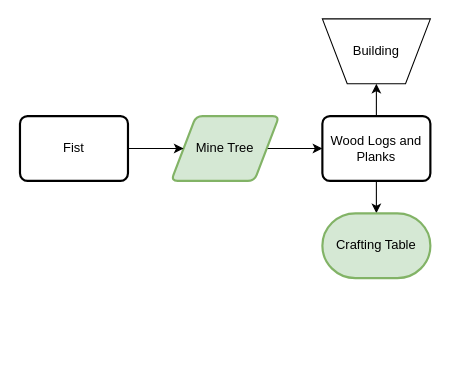
This is Untitled Diagram.drawio from MeepishRealms/Cog, a draw.io file, before an edit. Source tidied: cells renumbered, new cells numbered last; positions are measured from the earlier drawing's top-left corner, leaving out a move shared by most shapes. Both pictures are drawn from the tidied source at 108%, with x=0, y=0 at pixel (19, 18).
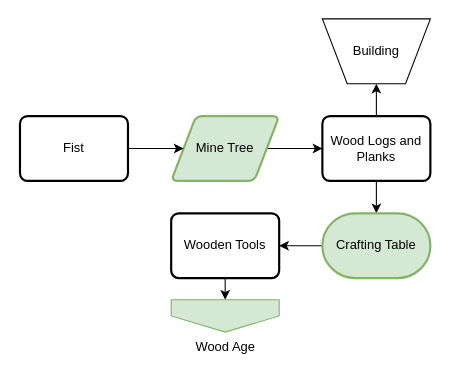
The same page after the edit.

What changed in the source:
```diff
@@
 <mxGraphModel>
   <root>
     <mxCell id="0" />
     <mxCell id="1" parent="0" />
     <mxCell id="2" style="edgeStyle=orthogonalEdgeStyle;rounded=0;jettySize=auto;html=1;" parent="1" edge="1" source="3" target="8">
       <mxGeometry relative="1" as="geometry" />
     </mxCell>
     <mxCell id="3" value="Mine Tree" style="shape=parallelogram;html=1;strokeWidth=2;perimeter=parallelogramPerimeter;whiteSpace=wrap;rounded=1;arcSize=12;size=0.23;fillColor=#d5e8d4;strokeColor=#82b366;" parent="1" vertex="1">
       <mxGeometry x="140" y="90" width="100" height="60" as="geometry" />
     </mxCell>
     <mxCell id="4" style="edgeStyle=orthogonalEdgeStyle;rounded=0;jettySize=auto;html=1;entryX=0;entryY=0.5;entryDx=0;entryDy=0;" parent="1" edge="1" source="5" target="3">
       <mxGeometry relative="1" as="geometry" />
     </mxCell>
     <mxCell id="5" value="Fist" style="rounded=1;whiteSpace=wrap;html=1;absoluteArcSize=1;arcSize=14;strokeWidth=2;" parent="1" vertex="1">
       <mxGeometry y="90" width="100" height="60" as="geometry" />
     </mxCell>
     <mxCell id="6" style="edgeStyle=orthogonalEdgeStyle;rounded=0;jettySize=auto;html=1;" parent="1" edge="1" source="8" target="9">
       <mxGeometry relative="1" as="geometry" />
     </mxCell>
     <mxCell id="7" style="edgeStyle=orthogonalEdgeStyle;rounded=0;jettySize=auto;html=1;entryX=0.5;entryY=0;entryDx=0;entryDy=0;entryPerimeter=0;" parent="1" edge="1" source="8" target="10">
       <mxGeometry relative="1" as="geometry" />
     </mxCell>
     <mxCell id="8" value="Wood Logs and Planks" style="rounded=1;whiteSpace=wrap;html=1;absoluteArcSize=1;arcSize=14;strokeWidth=2;" parent="1" vertex="1">
       <mxGeometry x="280" y="90" width="100" height="60" as="geometry" />
     </mxCell>
     <mxCell id="9" value="Building" style="verticalLabelPosition=middle;verticalAlign=middle;html=1;shape=trapezoid;perimeter=trapezoidPerimeter;whiteSpace=wrap;size=0.23;arcSize=10;flipV=1;labelPosition=center;align=center;" parent="1" vertex="1">
       <mxGeometry x="280" width="100" height="60" as="geometry" />
     </mxCell>
+    <mxCell id="11" style="edgeStyle=orthogonalEdgeStyle;rounded=0;jettySize=auto;html=1;entryX=1;entryY=0.5;entryDx=0;entryDy=0;" parent="1" edge="1" source="10" target="13">
+      <mxGeometry relative="1" as="geometry" />
+    </mxCell>
     <mxCell id="10" value="Crafting Table" style="strokeWidth=2;html=1;shape=mxgraph.flowchart.terminator;whiteSpace=wrap;fillColor=#d5e8d4;strokeColor=#82b366;" parent="1" vertex="1">
       <mxGeometry x="280" y="180" width="100" height="60" as="geometry" />
     </mxCell>
+    <mxCell id="12" style="edgeStyle=orthogonalEdgeStyle;rounded=0;jettySize=auto;html=1;exitX=0.5;exitY=1;exitDx=0;exitDy=0;entryX=0.5;entryY=0;entryDx=0;entryDy=0;" parent="1" edge="1" source="13" target="14">
+      <mxGeometry relative="1" as="geometry" />
+    </mxCell>
+    <mxCell id="13" value="Wooden Tools" style="rounded=1;whiteSpace=wrap;html=1;absoluteArcSize=1;arcSize=14;strokeWidth=2;" parent="1" vertex="1">
+      <mxGeometry x="140" y="180" width="100" height="60" as="geometry" />
+    </mxCell>
+    <mxCell id="14" value="Wood Age" style="verticalLabelPosition=bottom;verticalAlign=top;html=1;shape=offPageConnector;rounded=0;size=0.5;fillColor=#d5e8d4;strokeColor=#82b366;" parent="1" vertex="1">
+      <mxGeometry x="140" y="260" width="100" height="30" as="geometry" />
+    </mxCell>
   </root>
 </mxGraphModel>
```
